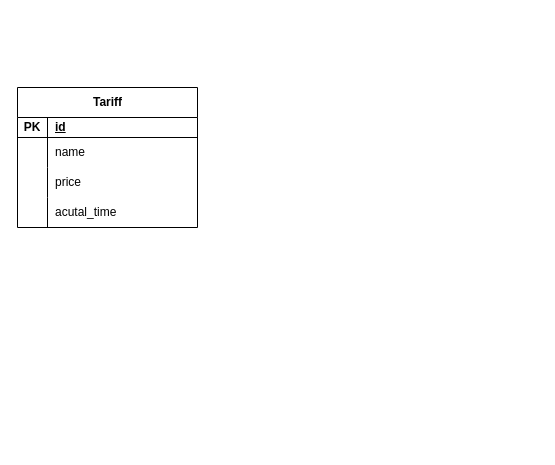
Before: Диаграмма без названия.drawio in Asliddin3/api-gateway, a draw.io diagram. Source tidied: cells renumbered, new cells numbered last; positions are measured from the earlier drawing's top-left corner, leaving out a move shared by most shapes. Both pictures are drawn from the tidied source at 100%, with x=0, y=0 at pixel (17, 87).
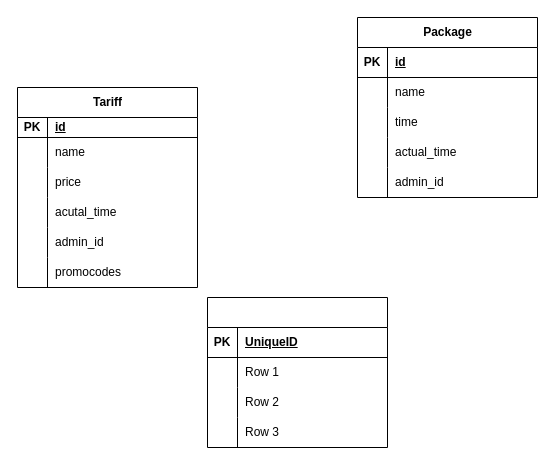
Above is the later version.

What changed in the source:
```diff
@@
     <mxCell id="2" value="Tariff" style="shape=table;startSize=30;childLayout=tableLayout;rowLines=0;fontStyle=1;align=center;html=1;" parent="1" vertex="1">
-      <mxGeometry width="180" height="140" as="geometry" />
+      <mxGeometry width="180" height="200" as="geometry" />
     </mxCell>
@@
+    <mxCell id="15" style="shape=tableRow;horizontal=0;startSize=0;swimlaneHead=0;swimlaneBody=0;fillColor=none;top=0;left=0;right=0;bottom=0;" parent="2" vertex="1">
+      <mxGeometry y="140" width="180" height="30" as="geometry" />
+    </mxCell>
+    <mxCell id="16" style="shape=partialRectangle;fillColor=none;top=0;left=0;bottom=0;right=0;overflow=hidden;whiteSpace=wrap;html=1;" parent="15" vertex="1">
+      <mxGeometry width="30" height="30" as="geometry" />
+    </mxCell>
+    <mxCell id="17" value="admin_id" style="shape=partialRectangle;fillColor=none;top=0;left=0;bottom=0;right=0;align=left;spacingLeft=6;overflow=hidden;whiteSpace=wrap;html=1;" parent="15" vertex="1">
+      <mxGeometry x="30" width="150" height="30" as="geometry" />
+    </mxCell>
+    <mxCell id="18" style="shape=tableRow;horizontal=0;startSize=0;swimlaneHead=0;swimlaneBody=0;fillColor=none;top=0;left=0;right=0;bottom=0;" parent="2" vertex="1">
+      <mxGeometry y="170" width="180" height="30" as="geometry" />
+    </mxCell>
+    <mxCell id="19" style="shape=partialRectangle;fillColor=none;top=0;left=0;bottom=0;right=0;overflow=hidden;whiteSpace=wrap;html=1;" parent="18" vertex="1">
+      <mxGeometry width="30" height="30" as="geometry" />
+    </mxCell>
+    <mxCell id="20" value="promocodes" style="shape=partialRectangle;fillColor=none;top=0;left=0;bottom=0;right=0;align=left;spacingLeft=6;overflow=hidden;whiteSpace=wrap;html=1;" parent="18" vertex="1">
+      <mxGeometry x="30" width="150" height="30" as="geometry" />
+    </mxCell>
+    <mxCell id="21" value="Package" style="shape=table;startSize=30;childLayout=tableLayout;rowLines=0;fontStyle=1;align=center;html=1;" parent="1" vertex="1">
+      <mxGeometry x="340" y="-70" width="180" height="180" as="geometry" />
+    </mxCell>
+    <mxCell id="22" style="shape=tableRow;horizontal=0;startSize=0;swimlaneHead=0;swimlaneBody=0;fillColor=none;top=0;left=0;right=0;bottom=1;" parent="21" vertex="1">
+      <mxGeometry y="30" width="180" height="30" as="geometry" />
+    </mxCell>
+    <mxCell id="23" value="PK" style="shape=partialRectangle;fillColor=none;top=0;left=0;bottom=0;right=0;fontStyle=1;overflow=hidden;whiteSpace=wrap;html=1;" parent="22" vertex="1">
+      <mxGeometry width="30" height="30" as="geometry" />
+    </mxCell>
+    <mxCell id="24" value="id" style="shape=partialRectangle;fillColor=none;top=0;left=0;bottom=0;right=0;align=left;spacingLeft=6;fontStyle=5;overflow=hidden;whiteSpace=wrap;html=1;" parent="22" vertex="1">
+      <mxGeometry x="30" width="150" height="30" as="geometry" />
+    </mxCell>
+    <mxCell id="25" style="shape=tableRow;horizontal=0;startSize=0;swimlaneHead=0;swimlaneBody=0;fillColor=none;top=0;left=0;right=0;bottom=0;" parent="21" vertex="1">
+      <mxGeometry y="60" width="180" height="30" as="geometry" />
+    </mxCell>
+    <mxCell id="26" style="shape=partialRectangle;fillColor=none;top=0;left=0;bottom=0;right=0;overflow=hidden;whiteSpace=wrap;html=1;" parent="25" vertex="1">
+      <mxGeometry width="30" height="30" as="geometry" />
+    </mxCell>
+    <mxCell id="27" value="name" style="shape=partialRectangle;fillColor=none;top=0;left=0;bottom=0;right=0;align=left;spacingLeft=6;overflow=hidden;whiteSpace=wrap;html=1;" parent="25" vertex="1">
+      <mxGeometry x="30" width="150" height="30" as="geometry" />
+    </mxCell>
+    <mxCell id="28" style="shape=tableRow;horizontal=0;startSize=0;swimlaneHead=0;swimlaneBody=0;fillColor=none;top=0;left=0;right=0;bottom=0;" parent="21" vertex="1">
+      <mxGeometry y="90" width="180" height="30" as="geometry" />
+    </mxCell>
+    <mxCell id="29" style="shape=partialRectangle;fillColor=none;top=0;left=0;bottom=0;right=0;overflow=hidden;whiteSpace=wrap;html=1;" parent="28" vertex="1">
+      <mxGeometry width="30" height="30" as="geometry" />
+    </mxCell>
+    <mxCell id="30" value="time" style="shape=partialRectangle;fillColor=none;top=0;left=0;bottom=0;right=0;align=left;spacingLeft=6;overflow=hidden;whiteSpace=wrap;html=1;" parent="28" vertex="1">
+      <mxGeometry x="30" width="150" height="30" as="geometry" />
+    </mxCell>
+    <mxCell id="31" style="shape=tableRow;horizontal=0;startSize=0;swimlaneHead=0;swimlaneBody=0;fillColor=none;top=0;left=0;right=0;bottom=0;" parent="21" vertex="1">
+      <mxGeometry y="120" width="180" height="30" as="geometry" />
+    </mxCell>
+    <mxCell id="32" style="shape=partialRectangle;fillColor=none;top=0;left=0;bottom=0;right=0;overflow=hidden;whiteSpace=wrap;html=1;" parent="31" vertex="1">
+      <mxGeometry width="30" height="30" as="geometry" />
+    </mxCell>
+    <mxCell id="33" value="actual_time" style="shape=partialRectangle;fillColor=none;top=0;left=0;bottom=0;right=0;align=left;spacingLeft=6;overflow=hidden;whiteSpace=wrap;html=1;" parent="31" vertex="1">
+      <mxGeometry x="30" width="150" height="30" as="geometry" />
+    </mxCell>
+    <mxCell id="34" style="shape=tableRow;horizontal=0;startSize=0;swimlaneHead=0;swimlaneBody=0;fillColor=none;top=0;left=0;right=0;bottom=0;" parent="21" vertex="1">
+      <mxGeometry y="150" width="180" height="30" as="geometry" />
+    </mxCell>
+    <mxCell id="35" style="shape=partialRectangle;fillColor=none;top=0;left=0;bottom=0;right=0;overflow=hidden;whiteSpace=wrap;html=1;" parent="34" vertex="1">
+      <mxGeometry width="30" height="30" as="geometry" />
+    </mxCell>
+    <mxCell id="36" value="admin_id" style="shape=partialRectangle;fillColor=none;top=0;left=0;bottom=0;right=0;align=left;spacingLeft=6;overflow=hidden;whiteSpace=wrap;html=1;" parent="34" vertex="1">
+      <mxGeometry x="30" width="150" height="30" as="geometry" />
+    </mxCell>
+    <mxCell id="37" style="shape=table;startSize=30;childLayout=tableLayout;rowLines=0;fontStyle=1;align=center;html=1;" parent="1" vertex="1">
+      <mxGeometry x="190" y="210" width="180" height="150" as="geometry" />
+    </mxCell>
+    <mxCell id="38" style="shape=tableRow;horizontal=0;startSize=0;swimlaneHead=0;swimlaneBody=0;fillColor=none;top=0;left=0;right=0;bottom=1;" parent="37" vertex="1">
+      <mxGeometry y="30" width="180" height="30" as="geometry" />
+    </mxCell>
+    <mxCell id="39" value="PK" style="shape=partialRectangle;fillColor=none;top=0;left=0;bottom=0;right=0;fontStyle=1;overflow=hidden;whiteSpace=wrap;html=1;" parent="38" vertex="1">
+      <mxGeometry width="30" height="30" as="geometry" />
+    </mxCell>
+    <mxCell id="40" value="UniqueID" style="shape=partialRectangle;fillColor=none;top=0;left=0;bottom=0;right=0;align=left;spacingLeft=6;fontStyle=5;overflow=hidden;whiteSpace=wrap;html=1;" parent="38" vertex="1">
+      <mxGeometry x="30" width="150" height="30" as="geometry" />
+    </mxCell>
+    <mxCell id="41" style="shape=tableRow;horizontal=0;startSize=0;swimlaneHead=0;swimlaneBody=0;fillColor=none;top=0;left=0;right=0;bottom=0;" parent="37" vertex="1">
+      <mxGeometry y="60" width="180" height="30" as="geometry" />
+    </mxCell>
+    <mxCell id="42" style="shape=partialRectangle;fillColor=none;top=0;left=0;bottom=0;right=0;overflow=hidden;whiteSpace=wrap;html=1;" parent="41" vertex="1">
+      <mxGeometry width="30" height="30" as="geometry" />
+    </mxCell>
+    <mxCell id="43" value="Row 1" style="shape=partialRectangle;fillColor=none;top=0;left=0;bottom=0;right=0;align=left;spacingLeft=6;overflow=hidden;whiteSpace=wrap;html=1;" parent="41" vertex="1">
+      <mxGeometry x="30" width="150" height="30" as="geometry" />
+    </mxCell>
+    <mxCell id="44" style="shape=tableRow;horizontal=0;startSize=0;swimlaneHead=0;swimlaneBody=0;fillColor=none;top=0;left=0;right=0;bottom=0;" parent="37" vertex="1">
+      <mxGeometry y="90" width="180" height="30" as="geometry" />
+    </mxCell>
+    <mxCell id="45" style="shape=partialRectangle;fillColor=none;top=0;left=0;bottom=0;right=0;overflow=hidden;whiteSpace=wrap;html=1;" parent="44" vertex="1">
+      <mxGeometry width="30" height="30" as="geometry" />
+    </mxCell>
+    <mxCell id="46" value="Row 2" style="shape=partialRectangle;fillColor=none;top=0;left=0;bottom=0;right=0;align=left;spacingLeft=6;overflow=hidden;whiteSpace=wrap;html=1;" parent="44" vertex="1">
+      <mxGeometry x="30" width="150" height="30" as="geometry" />
+    </mxCell>
+    <mxCell id="47" style="shape=tableRow;horizontal=0;startSize=0;swimlaneHead=0;swimlaneBody=0;fillColor=none;top=0;left=0;right=0;bottom=0;" parent="37" vertex="1">
+      <mxGeometry y="120" width="180" height="30" as="geometry" />
+    </mxCell>
+    <mxCell id="48" style="shape=partialRectangle;fillColor=none;top=0;left=0;bottom=0;right=0;overflow=hidden;whiteSpace=wrap;html=1;" parent="47" vertex="1">
+      <mxGeometry width="30" height="30" as="geometry" />
+    </mxCell>
+    <mxCell id="49" value="Row 3" style="shape=partialRectangle;fillColor=none;top=0;left=0;bottom=0;right=0;align=left;spacingLeft=6;overflow=hidden;whiteSpace=wrap;html=1;" parent="47" vertex="1">
+      <mxGeometry x="30" width="150" height="30" as="geometry" />
+    </mxCell>
```
